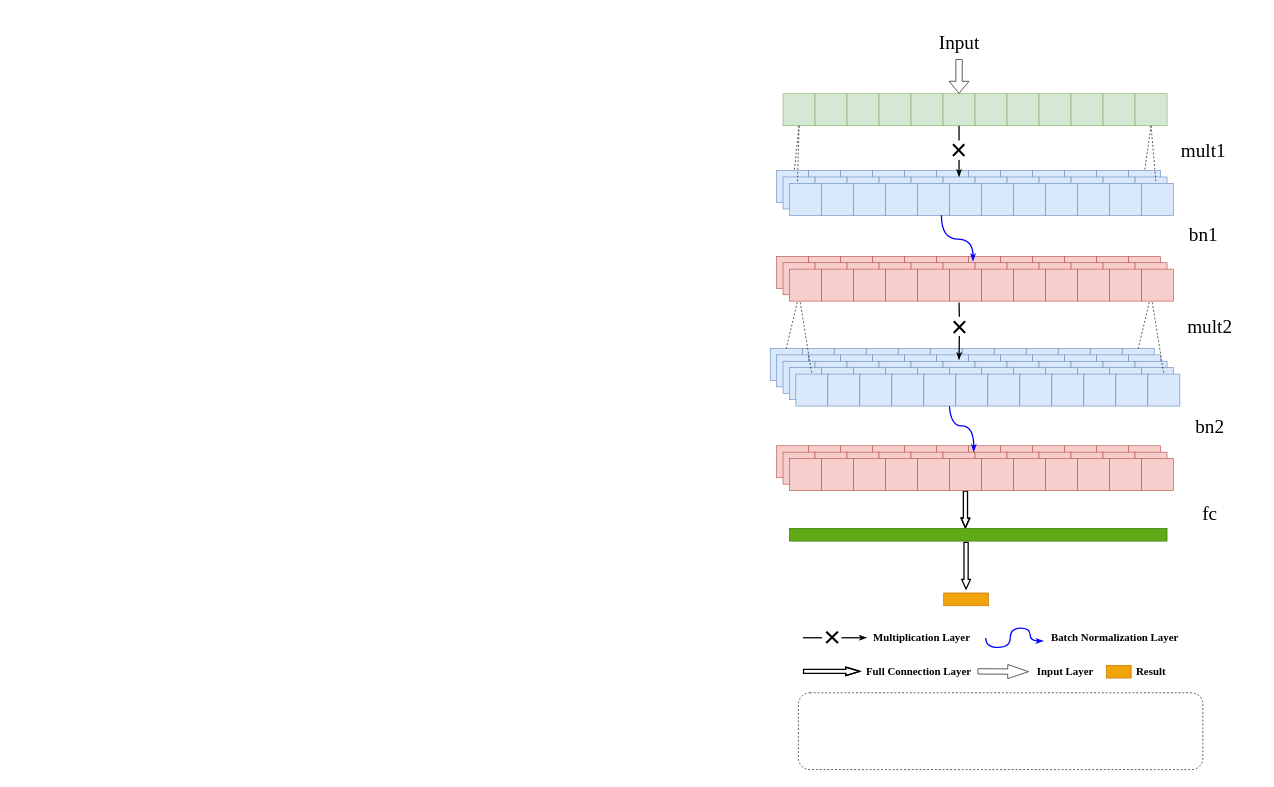
Before: Untitled Diagram.drawio in 1009351456/Anonymous, a draw.io diagram. Source tidied: cells renumbered, new cells numbered last; positions are measured from the earlier drawing's top-left corner, leaving out a move shared by most shapes. Both pictures are drawn from the tidied source at 64%, with x=0, y=0 at pixel (11, 27).
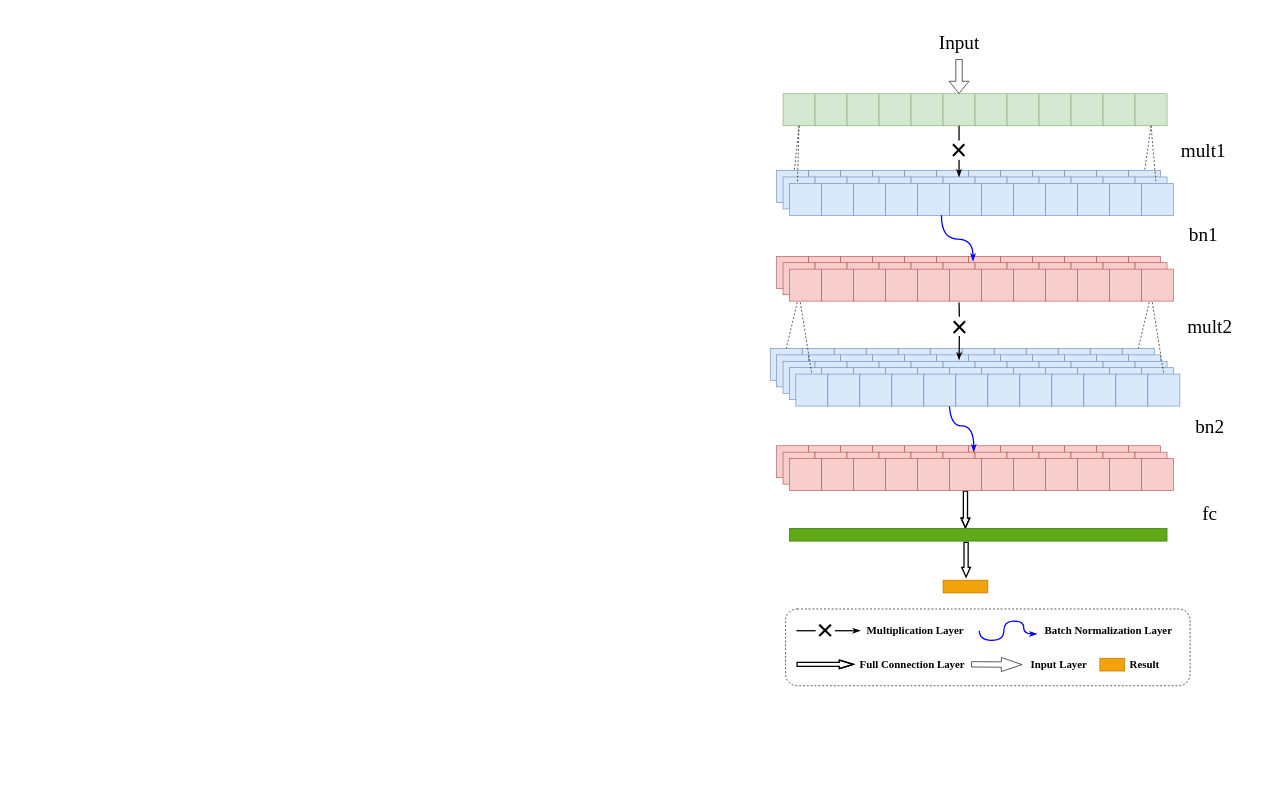
After the change.

Diff of the diagram source:
```diff
@@
     <mxCell id="2" style="rounded=0;whiteSpace=wrap;html=1;fontFamily=Times New Roman;fontSize=30;align=center;strokeColor=none;" parent="1" vertex="1">
-      <mxGeometry y="27" width="819" height="1144" as="geometry" />
+      <mxGeometry x="1137" y="-25" width="819" height="1144" as="geometry" />
     </mxCell>
     <mxCell id="3" style="rounded=1;whiteSpace=wrap;html=1;dashed=1;" parent="1" vertex="1">
-      <mxGeometry x="1230" y="1040" width="632" height="120" as="geometry" />
+      <mxGeometry x="1210" y="909" width="632" height="120" as="geometry" />
     </mxCell>
@@
     <mxCell id="203" style="rounded=0;whiteSpace=wrap;html=1;fontFamily=Times New Roman;fontSize=30;align=center;fillColor=#f0a30a;strokeColor=#BD7000;fontColor=#ffffff;" parent="1" vertex="1">
-      <mxGeometry x="1457" y="884" width="70" height="20" as="geometry" />
+      <mxGeometry x="1456" y="864" width="70" height="20" as="geometry" />
     </mxCell>
-    <mxCell id="204" style="edgeStyle=orthogonalEdgeStyle;shape=flexArrow;curved=1;rounded=0;orthogonalLoop=1;jettySize=auto;html=1;exitX=0.5;exitY=1;exitDx=0;exitDy=0;entryX=0.466;entryY=0;entryDx=0;entryDy=0;entryPerimeter=0;labelBackgroundColor=none;endArrow=classicThin;endFill=1;strokeColor=#000000;strokeWidth=2;fontFamily=Times New Roman;fontSize=30;width=5.517241379310345;endSize=4.365517241379311;endWidth=5.1605231866825205;" parent="1" edge="1">
+    <mxCell id="204" style="edgeStyle=orthogonalEdgeStyle;shape=flexArrow;curved=1;rounded=0;orthogonalLoop=1;jettySize=auto;html=1;exitX=0.5;exitY=1;exitDx=0;exitDy=0;labelBackgroundColor=none;endArrow=classicThin;endFill=1;strokeColor=#000000;strokeWidth=2;fontFamily=Times New Roman;fontSize=30;width=5.517241379310345;endSize=4.365517241379311;endWidth=5.1605231866825205;" parent="1" edge="1">
       <mxGeometry relative="1" as="geometry">
         <mxPoint x="1492" y="804" as="sourcePoint" />
-        <mxPoint x="1492" y="878.9" as="targetPoint" />
+        <mxPoint x="1492" y="860" as="targetPoint" />
       </mxGeometry>
     </mxCell>
     <mxCell id="205" style="edgeStyle=none;rounded=0;jettySize=auto;html=1;exitX=0.5;exitY=1;exitDx=0;exitDy=0;fontSize=45;endArrow=classicThin;endFill=1;strokeWidth=2;" parent="1" edge="1" source="206">
       <mxGeometry relative="1" as="geometry">
-        <mxPoint x="1337" y="954" as="targetPoint" />
+        <mxPoint x="1327" y="943" as="targetPoint" />
       </mxGeometry>
     </mxCell>
     <mxCell id="206" value="×" style="rounded=0;whiteSpace=wrap;html=1;textDirection=ltr;labelPosition=center;verticalLabelPosition=middle;align=center;verticalAlign=middle;fontSize=45;strokeColor=none;rotation=-90;" parent="1" vertex="1">
-      <mxGeometry x="1267" y="939" width="30" height="30" as="geometry" />
+      <mxGeometry x="1257" y="928" width="30" height="30" as="geometry" />
     </mxCell>
     <mxCell id="207" style="endArrow=none;html=1;fontSize=45;exitX=0.5;exitY=0;exitDx=0;exitDy=0;strokeWidth=2;" parent="1" edge="1" source="206">
       <mxGeometry relative="1" as="geometry">
-        <mxPoint x="1237" y="954" as="targetPoint" />
+        <mxPoint x="1227" y="943" as="targetPoint" />
       </mxGeometry>
     </mxCell>
     <mxCell id="208" value="Multiplication Layer" style="text;html=1;strokeColor=none;fillColor=none;align=left;verticalAlign=middle;whiteSpace=wrap;rounded=0;dashed=1;fontColor=#000000;fontStyle=1;fontFamily=Times New Roman;fontSize=17;" parent="1" vertex="1">
-      <mxGeometry x="1345" y="939" width="157" height="30" as="geometry" />
+      <mxGeometry x="1335" y="928" width="157" height="30" as="geometry" />
     </mxCell>
     <mxCell id="209" value="Batch Normalization Layer" style="text;html=1;strokeColor=none;fillColor=none;align=left;verticalAlign=middle;whiteSpace=wrap;rounded=0;dashed=1;fontColor=#000000;fontStyle=1;fontFamily=Times New Roman;fontSize=17;" parent="1" vertex="1">
-      <mxGeometry x="1622.5" y="939" width="210" height="30" as="geometry" />
+      <mxGeometry x="1612.5" y="928" width="210" height="30" as="geometry" />
     </mxCell>
     <mxCell id="210" style="edgeStyle=orthogonalEdgeStyle;curved=1;rounded=0;orthogonalLoop=1;jettySize=auto;html=1;exitX=-0.007;exitY=1.01;exitDx=0;exitDy=0;endArrow=classicThin;endFill=1;strokeColor=#0000FF;strokeWidth=2;fontSize=45;exitPerimeter=0;" parent="1" edge="1">
       <mxGeometry relative="1" as="geometry">
-        <mxPoint x="1522.7" y="954.2" as="sourcePoint" />
-        <mxPoint x="1613" y="959" as="targetPoint" />
+        <mxPoint x="1512.7" y="943.2" as="sourcePoint" />
+        <mxPoint x="1603" y="948" as="targetPoint" />
         <Array as="points">
-          <mxPoint x="1523" y="969" />
-          <mxPoint x="1561" y="969" />
-          <mxPoint x="1561" y="939" />
-          <mxPoint x="1592" y="939" />
+          <mxPoint x="1513" y="958" />
+          <mxPoint x="1551" y="958" />
+          <mxPoint x="1551" y="928" />
+          <mxPoint x="1582" y="928" />
         </Array>
       </mxGeometry>
     </mxCell>
     <mxCell id="211" style="edgeStyle=orthogonalEdgeStyle;shape=flexArrow;curved=1;rounded=0;orthogonalLoop=1;jettySize=auto;html=1;labelBackgroundColor=none;endArrow=classicThin;endFill=1;strokeColor=#000000;strokeWidth=2;fontFamily=Times New Roman;fontSize=30;width=5.161290322580645;endSize=6.666129032258064;endWidth=5.1605231866825205;" parent="1" edge="1">
       <mxGeometry relative="1" as="geometry">
-        <mxPoint x="1237" y="1006.5" as="sourcePoint" />
-        <mxPoint x="1327" y="1006.5" as="targetPoint" />
+        <mxPoint x="1227" y="995.5" as="sourcePoint" />
+        <mxPoint x="1317" y="995.5" as="targetPoint" />
         <Array as="points">
-          <mxPoint x="1290" y="1007" />
-          <mxPoint x="1290" y="1007" />
+          <mxPoint x="1280" y="996" />
+          <mxPoint x="1280" y="996" />
         </Array>
       </mxGeometry>
     </mxCell>
     <mxCell id="212" value="Full Connection Layer" style="text;html=1;strokeColor=none;fillColor=none;align=left;verticalAlign=middle;whiteSpace=wrap;rounded=0;dashed=1;fontColor=#000000;fontStyle=1;fontFamily=Times New Roman;fontSize=17;" parent="1" vertex="1">
-      <mxGeometry x="1334" y="992" width="176" height="30" as="geometry" />
+      <mxGeometry x="1324" y="981" width="176" height="30" as="geometry" />
     </mxCell>
@@
     <mxCell id="215" style="shape=flexArrow;endArrow=classic;html=1;fontFamily=Times New Roman;fontSize=14;fontColor=#000000;width=8.333333333333334;endSize=10.46111111111111;endWidth=12.685185185185183;" parent="1" edge="1">
       <mxGeometry relative="1" as="geometry">
-        <mxPoint x="1510" y="1006.5" as="sourcePoint" />
-        <mxPoint x="1590" y="1007" as="targetPoint" />
+        <mxPoint x="1500" y="995.5" as="sourcePoint" />
+        <mxPoint x="1580" y="996" as="targetPoint" />
       </mxGeometry>
     </mxCell>
     <mxCell id="216" value="Input Layer" style="text;html=1;strokeColor=none;fillColor=none;align=left;verticalAlign=middle;whiteSpace=wrap;rounded=0;dashed=1;fontColor=#000000;fontStyle=1;fontFamily=Times New Roman;fontSize=17;" parent="1" vertex="1">
-      <mxGeometry x="1601" y="992" width="113" height="30" as="geometry" />
+      <mxGeometry x="1591" y="981" width="113" height="30" as="geometry" />
     </mxCell>
@@
     <mxCell id="221" style="rounded=0;whiteSpace=wrap;html=1;fontFamily=Times New Roman;fontSize=30;align=center;fillColor=#f0a30a;strokeColor=#BD7000;fontColor=#ffffff;" parent="1" vertex="1">
-      <mxGeometry x="1711" y="997" width="39" height="20" as="geometry" />
+      <mxGeometry x="1701" y="986" width="39" height="20" as="geometry" />
     </mxCell>
     <mxCell id="222" value="Result" style="text;html=1;strokeColor=none;fillColor=none;align=left;verticalAlign=middle;whiteSpace=wrap;rounded=0;dashed=1;fontColor=#000000;fontStyle=1;fontFamily=Times New Roman;fontSize=17;" parent="1" vertex="1">
-      <mxGeometry x="1756" y="992" width="54" height="30" as="geometry" />
+      <mxGeometry x="1746" y="981" width="54" height="30" as="geometry" />
     </mxCell>
```
